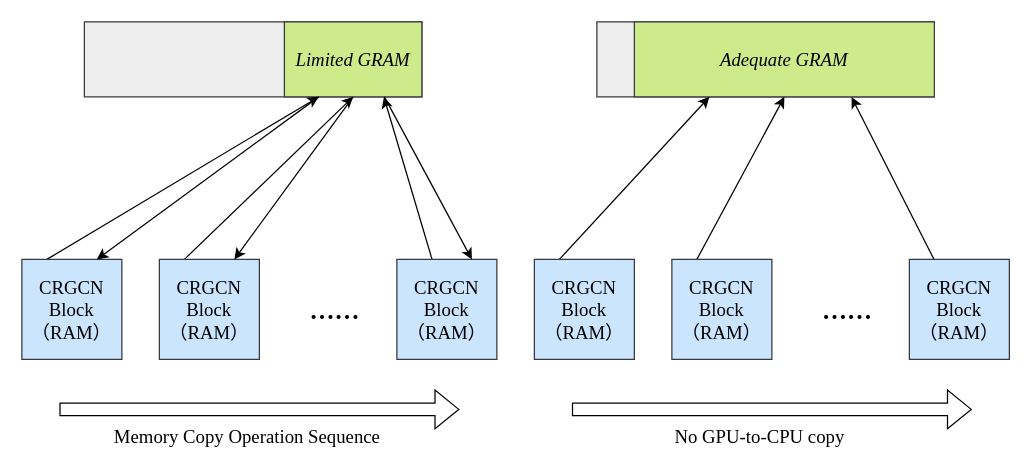
Earlier version of the draw.io diagram 分布训练.drawio (streakyPorker/drawio-diagrams). Source tidied: cells renumbered, new cells numbered last; positions are measured from the earlier drawing's top-left corner, leaving out a move shared by most shapes. Both pictures are drawn from the tidied source at 125%, with x=0, y=0 at pixel (21, 21).
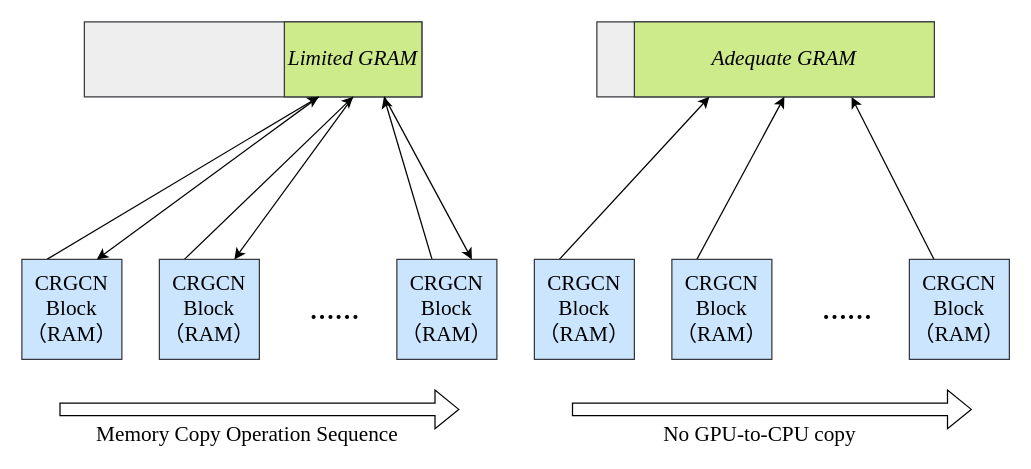
Above is the later version.

The change refers to these unchanged cells:
```xml
<mxCell id="2" style="group;fontStyle=2;" parent="1" vertex="1">
  <mxGeometry x="50" width="270" height="60" as="geometry" />
</mxCell>
<mxCell id="15" style="shape=flexArrow;endArrow=classic;html=1;rounded=0;fontFamily=Times New Roman;fontSize=15;" parent="1" edge="1">
  <mxGeometry relative="1" as="geometry">
    <mxPoint x="30" y="310" as="sourcePoint" />
    <mxPoint x="350" y="310" as="targetPoint" />
  </mxGeometry>
</mxCell>
<mxCell id="17" style="group;fontStyle=2;" parent="1" vertex="1">
  <mxGeometry x="460" width="270" height="60" as="geometry" />
</mxCell>
<mxCell id="27" style="shape=flexArrow;endArrow=classic;html=1;rounded=0;fontFamily=Times New Roman;fontSize=15;" parent="1" edge="1">
  <mxGeometry relative="1" as="geometry">
    <mxPoint x="440" y="310" as="sourcePoint" />
    <mxPoint x="760" y="310" as="targetPoint" />
  </mxGeometry>
</mxCell>
```

The edit, as a diff of the source:
```diff
@@
-    <mxCell id="4" value="&lt;font style=&quot;font-size: 15px;&quot; face=&quot;Times New Roman&quot;&gt;Limited GRAM&lt;/font&gt;" style="rounded=0;whiteSpace=wrap;html=1;strokeColor=#36393d;fontStyle=2;fillColor=#cdeb8b;" parent="2" vertex="1">
+    <mxCell id="4" value="&lt;font style=&quot;font-size: 17px;&quot; face=&quot;Times New Roman&quot;&gt;Limited GRAM&lt;/font&gt;" style="rounded=0;whiteSpace=wrap;html=1;strokeColor=#36393d;fontStyle=2;fillColor=#cdeb8b;fontSize=17;" parent="2" vertex="1">
       <mxGeometry x="160" width="110" height="60" as="geometry" />
     </mxCell>
@@
-    <mxCell id="6" value="CRGCN Block（RAM）" style="whiteSpace=wrap;html=1;fontFamily=Times New Roman;strokeColor=#36393d;fillColor=#cce5ff;fontSize=15;" parent="1" vertex="1">
+    <mxCell id="6" value="CRGCN Block（RAM）" style="whiteSpace=wrap;html=1;fontFamily=Times New Roman;strokeColor=#36393d;fillColor=#cce5ff;fontSize=17;" parent="1" vertex="1">
       <mxGeometry y="190" width="80" height="80" as="geometry" />
     </mxCell>
@@
-    <mxCell id="9" value="CRGCN Block（RAM）" style="whiteSpace=wrap;html=1;fontFamily=Times New Roman;strokeColor=#36393d;fillColor=#cce5ff;fontSize=15;" parent="1" vertex="1">
+    <mxCell id="9" value="CRGCN Block（RAM）" style="whiteSpace=wrap;html=1;fontFamily=Times New Roman;strokeColor=#36393d;fillColor=#cce5ff;fontSize=17;" parent="1" vertex="1">
       <mxGeometry x="110" y="190" width="80" height="80" as="geometry" />
     </mxCell>
@@
-    <mxCell id="11" value="CRGCN Block（RAM）" style="whiteSpace=wrap;html=1;fontFamily=Times New Roman;strokeColor=#36393d;fillColor=#cce5ff;fontSize=15;" parent="1" vertex="1">
+    <mxCell id="11" value="CRGCN Block（RAM）" style="whiteSpace=wrap;html=1;fontFamily=Times New Roman;strokeColor=#36393d;fillColor=#cce5ff;fontSize=17;" parent="1" vertex="1">
       <mxGeometry x="300" y="190" width="80" height="80" as="geometry" />
     </mxCell>
@@
-    <mxCell id="16" value="Memory Copy Operation Sequence" style="edgeLabel;html=1;align=center;verticalAlign=middle;fontSize=15;fontFamily=Times New Roman;" parent="15" vertex="1">
+    <mxCell id="16" value="Memory Copy Operation Sequence" style="edgeLabel;html=1;align=center;verticalAlign=middle;fontSize=17;fontFamily=Times New Roman;" parent="15" vertex="1">
       <mxGeometry x="-0.07" y="-7" relative="1" as="geometry">
         <mxPoint y="13" as="offset" />
       </mxGeometry>
     </mxCell>
@@
-    <mxCell id="19" value="&lt;font style=&quot;&quot; face=&quot;Times New Roman&quot;&gt;&lt;span style=&quot;font-size: 15px;&quot;&gt;Adequate&amp;nbsp;GRAM&lt;/span&gt;&lt;/font&gt;" style="rounded=0;whiteSpace=wrap;html=1;strokeColor=#36393d;fontStyle=2;fillColor=#cdeb8b;" parent="17" vertex="1">
+    <mxCell id="19" value="&lt;font style=&quot;font-size: 17px;&quot; face=&quot;Times New Roman&quot;&gt;&lt;span style=&quot;font-size: 17px;&quot;&gt;Adequate&amp;nbsp;GRAM&lt;/span&gt;&lt;/font&gt;" style="rounded=0;whiteSpace=wrap;html=1;strokeColor=#36393d;fontStyle=2;fillColor=#cdeb8b;fontSize=17;" parent="17" vertex="1">
       <mxGeometry x="30" width="240" height="60" as="geometry" />
     </mxCell>
@@
-    <mxCell id="21" value="CRGCN Block（RAM）" style="whiteSpace=wrap;html=1;fontFamily=Times New Roman;strokeColor=#36393d;fillColor=#cce5ff;fontSize=15;" parent="1" vertex="1">
+    <mxCell id="21" value="CRGCN Block（RAM）" style="whiteSpace=wrap;html=1;fontFamily=Times New Roman;strokeColor=#36393d;fillColor=#cce5ff;fontSize=17;" parent="1" vertex="1">
       <mxGeometry x="410" y="190" width="80" height="80" as="geometry" />
     </mxCell>
@@
-    <mxCell id="23" value="CRGCN Block（RAM）" style="whiteSpace=wrap;html=1;fontFamily=Times New Roman;strokeColor=#36393d;fillColor=#cce5ff;fontSize=15;" parent="1" vertex="1">
+    <mxCell id="23" value="CRGCN Block（RAM）" style="whiteSpace=wrap;html=1;fontFamily=Times New Roman;strokeColor=#36393d;fillColor=#cce5ff;fontSize=17;" parent="1" vertex="1">
       <mxGeometry x="520" y="190" width="80" height="80" as="geometry" />
     </mxCell>
@@
-    <mxCell id="25" value="CRGCN Block（RAM）" style="whiteSpace=wrap;html=1;fontFamily=Times New Roman;strokeColor=#36393d;fillColor=#cce5ff;fontSize=15;" parent="1" vertex="1">
+    <mxCell id="25" value="CRGCN Block（RAM）" style="whiteSpace=wrap;html=1;fontFamily=Times New Roman;strokeColor=#36393d;fillColor=#cce5ff;fontSize=17;" parent="1" vertex="1">
       <mxGeometry x="710" y="190" width="80" height="80" as="geometry" />
     </mxCell>
@@
-    <mxCell id="28" value="No GPU-to-CPU copy" style="edgeLabel;html=1;align=center;verticalAlign=middle;fontSize=15;fontFamily=Times New Roman;" parent="27" vertex="1">
+    <mxCell id="28" value="No GPU-to-CPU copy" style="edgeLabel;html=1;align=center;verticalAlign=middle;fontSize=17;fontFamily=Times New Roman;" parent="27" vertex="1">
       <mxGeometry x="-0.07" y="-7" relative="1" as="geometry">
         <mxPoint y="13" as="offset" />
       </mxGeometry>
     </mxCell>
```
